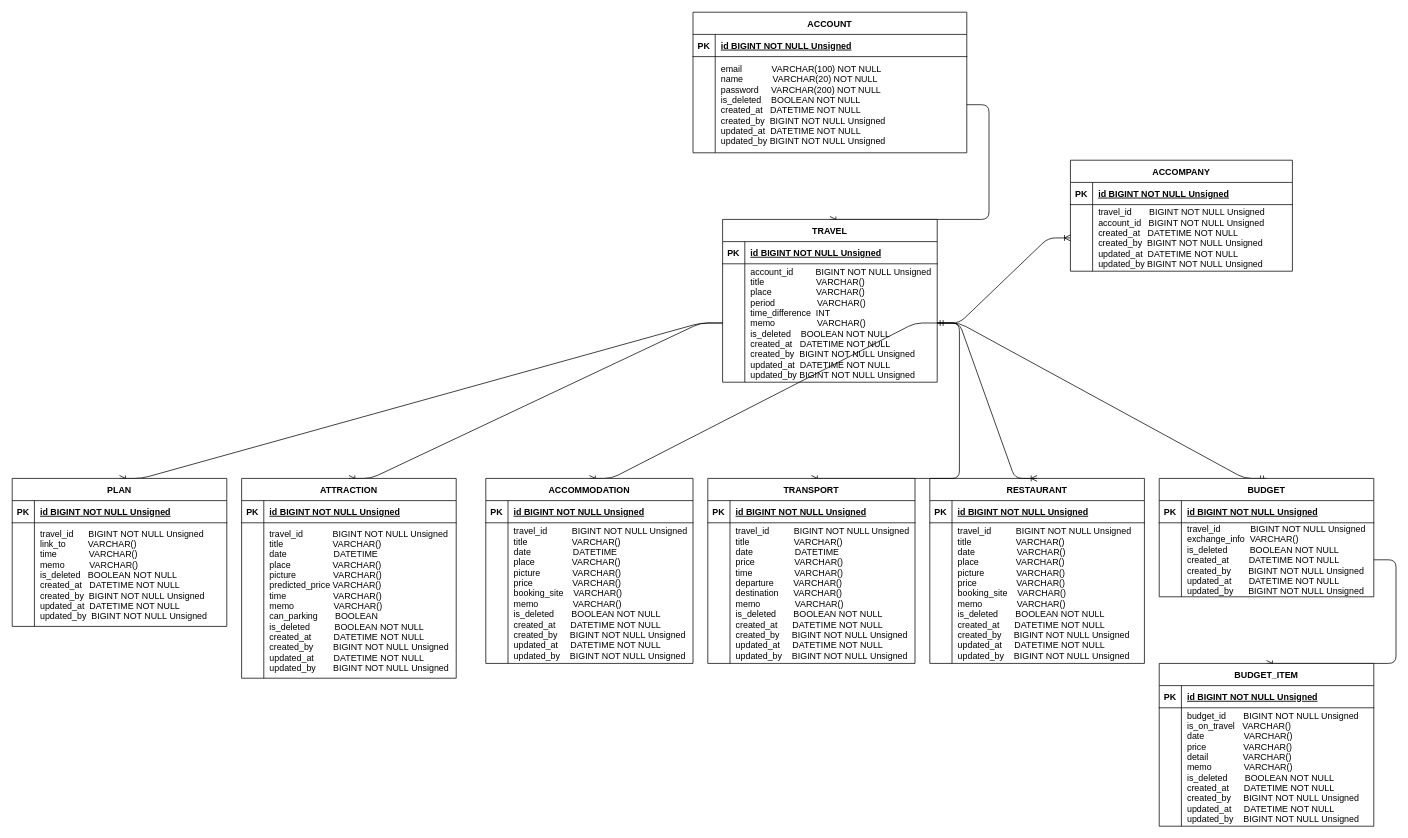
insukChoi/yata keeps this draw.io diagram as yata-server/docs/database/ERD.drawio. Above is the earlier version. Source tidied: cells renumbered, new cells numbered last; positions are measured from the earlier drawing's top-left corner, leaving out a move shared by most shapes. Both pictures are drawn from the tidied source at 74%, with x=0, y=0 at pixel (12, 12).
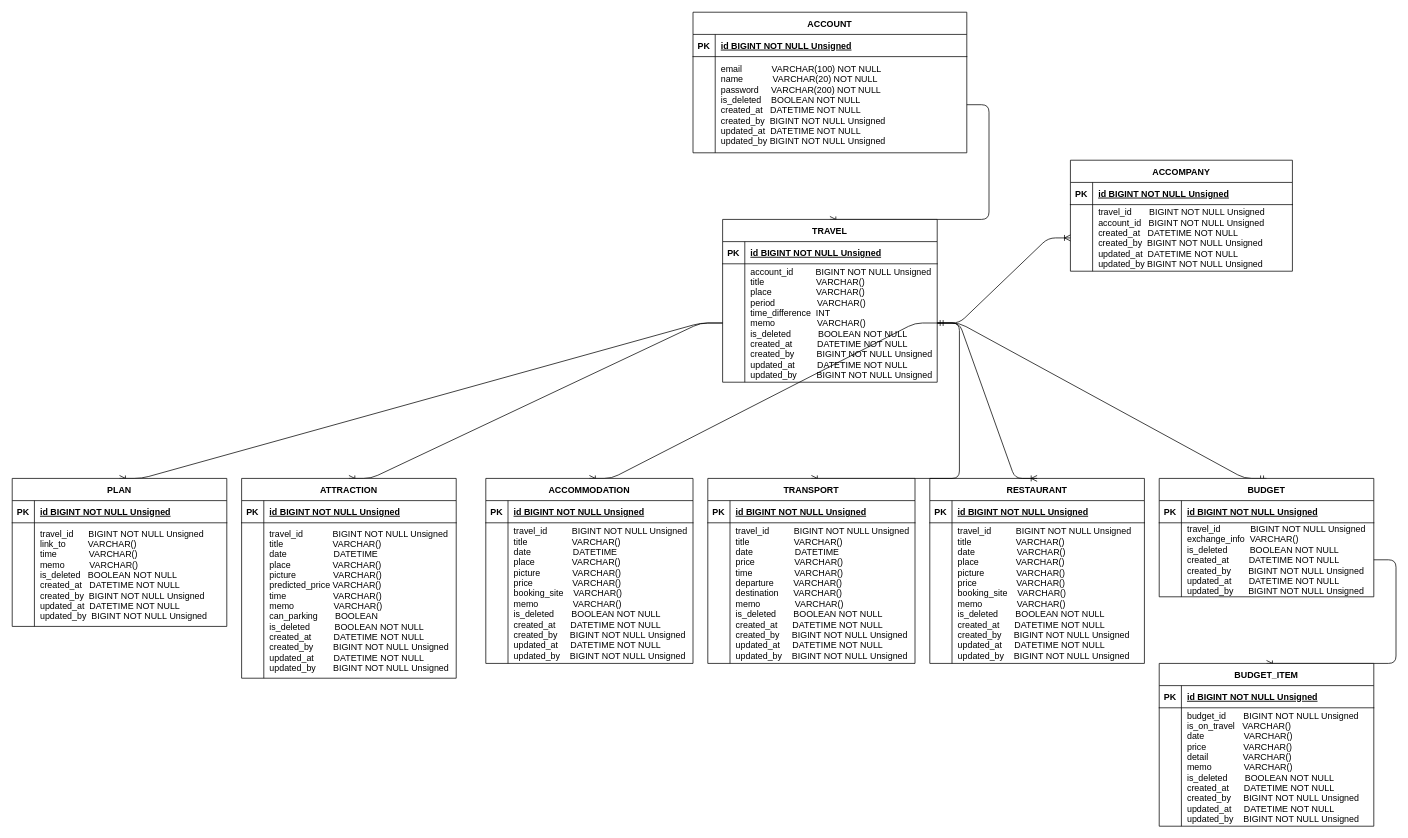
After the change.

Unchanged cells that the change refers to:
```xml
<mxCell id="22" style="shape=partialRectangle;fillColor=none;points=[[0,0.5],[1,0.5]];portConstraint=eastwest;top=0;left=0;right=0;bottom=0;" parent="18" vertex="1">
  <mxGeometry y="60" width="290" height="160" as="geometry" />
</mxCell>
```

The edit, as a diff of the source:
```diff
@@
-    <mxCell id="24" value="account_id         BIGINT NOT NULL Unsigned&#10;title                     VARCHAR()&#10;place                  VARCHAR()&#10;period                 VARCHAR()&#10;time_difference  INT&#10;memo                 VARCHAR()&#10;is_deleted    BOOLEAN NOT NULL&#10;created_at   DATETIME NOT NULL&#10;created_by  BIGINT NOT NULL Unsigned&#10;updated_at  DATETIME NOT NULL&#10;updated_by BIGINT NOT NULL Unsigned" style="shape=partialRectangle;overflow=hidden;fillColor=none;top=0;left=0;bottom=0;right=0;align=left;spacingLeft=6;" parent="22" vertex="1">
+    <mxCell id="24" value="account_id         BIGINT NOT NULL Unsigned&#10;title                     VARCHAR()&#10;place                  VARCHAR()&#10;period                 VARCHAR()&#10;time_difference  INT&#10;memo                 VARCHAR()&#10;is_deleted           BOOLEAN NOT NULL&#10;created_at          DATETIME NOT NULL&#10;created_by         BIGINT NOT NULL Unsigned&#10;updated_at         DATETIME NOT NULL&#10;updated_by        BIGINT NOT NULL Unsigned" style="shape=partialRectangle;overflow=hidden;fillColor=none;top=0;left=0;bottom=0;right=0;align=left;spacingLeft=6;" parent="22" vertex="1">
       <mxGeometry x="30" width="260" height="160" as="geometry" />
     </mxCell>
```
